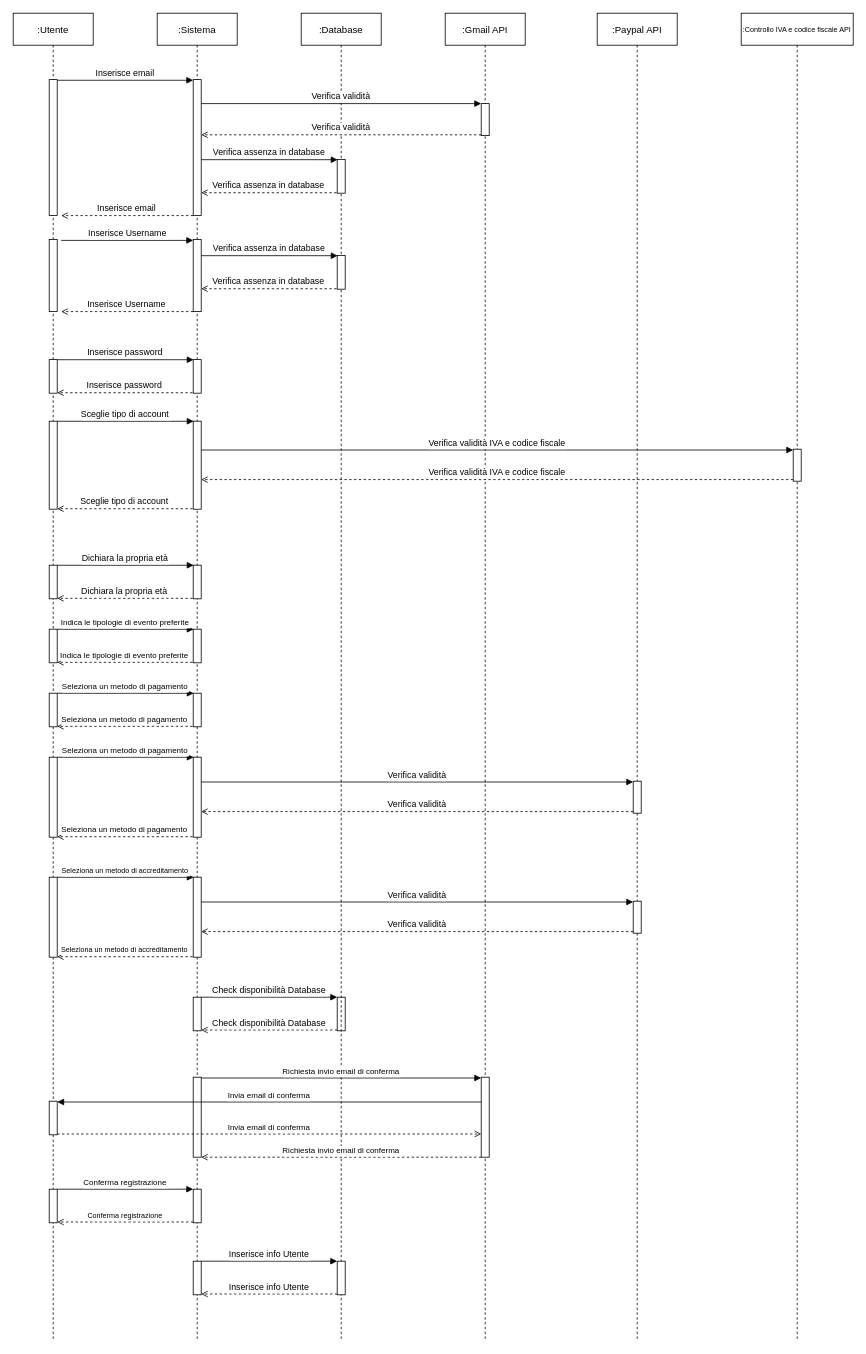
The draw.io diagram Sequence/RF02_Registrazione/Registrazione.drawio in 4spot-team/documentation, before the edit. Source tidied: cells renumbered, new cells numbered last; positions are measured from the earlier drawing's top-left corner, leaving out a move shared by most shapes. Both pictures are drawn from the tidied source at 80%, with x=0, y=0 at pixel (13, 13).
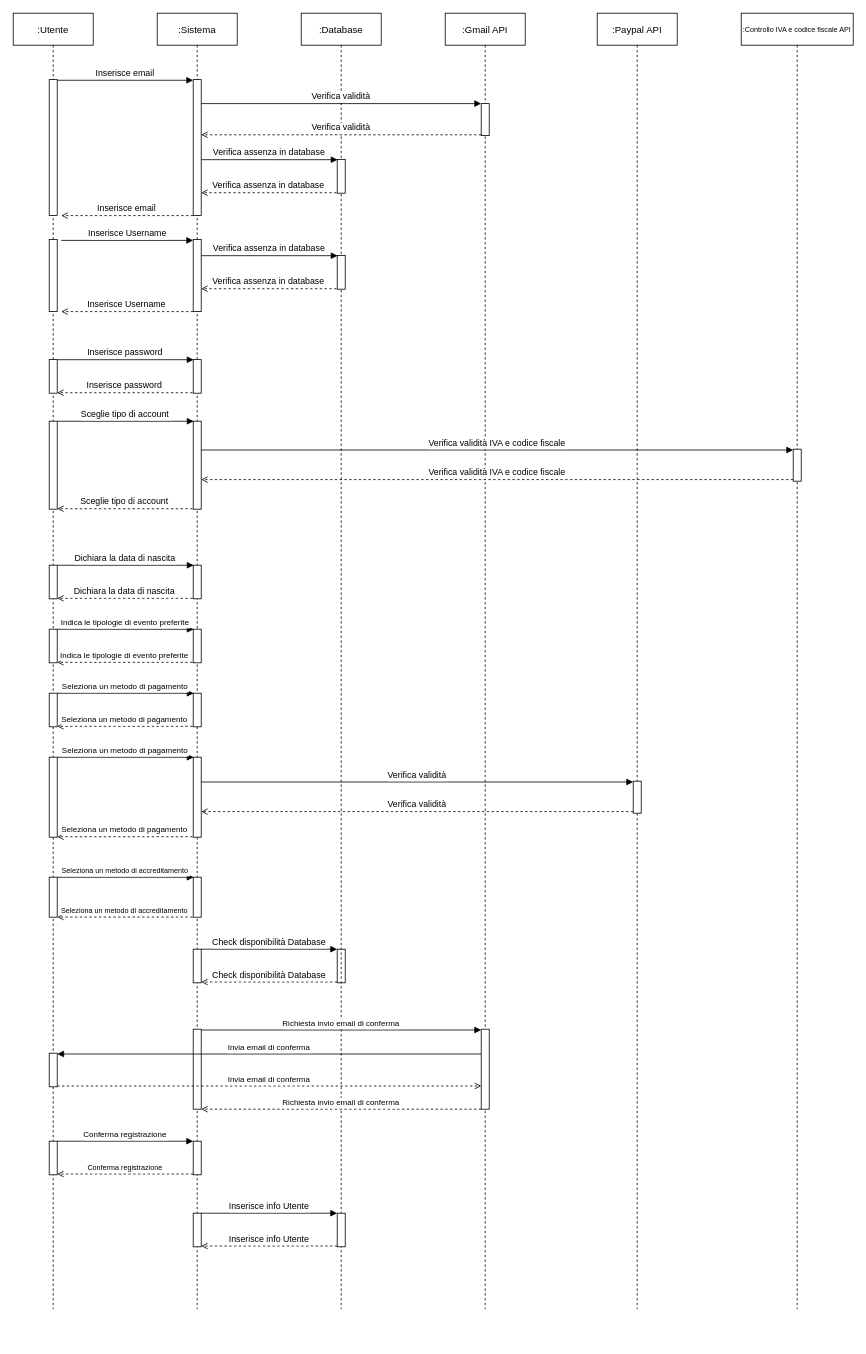
The same page after the edit.

Commit message (it also covers changes not shown here):
Adjust Registrazione.

Unchanged cells that the change refers to:
```xml
<mxCell id="9" style="points=[];perimeter=orthogonalPerimeter;rounded=0;shadow=0;strokeWidth=1;" parent="2" vertex="1">
  <mxGeometry x="45" y="690" width="10" height="42" as="geometry" />
</mxCell>
```

What changed in the source:
```diff
@@
     <mxCell id="2" value=":Utente" style="shape=umlLifeline;perimeter=lifelinePerimeter;rounded=0;shadow=0;strokeWidth=1;" parent="1" vertex="1">
-      <mxGeometry width="100" height="1660" as="geometry" />
+      <mxGeometry width="100" height="1620" as="geometry" />
     </mxCell>
@@
-    <mxCell id="10" value="Dichiara la propria età" style="verticalAlign=bottom;endArrow=block;shadow=0;strokeWidth=1;entryX=0.058;entryY=0.003;entryDx=0;entryDy=0;entryPerimeter=0;" parent="2" edge="1" source="9">
+    <mxCell id="10" value="Dichiara la data di nascita" style="verticalAlign=bottom;endArrow=block;shadow=0;strokeWidth=1;entryX=0.058;entryY=0.003;entryDx=0;entryDy=0;entryPerimeter=0;" parent="2" edge="1" source="9">
       <mxGeometry relative="1" as="geometry">
         <mxPoint x="225.6" y="690.1" as="targetPoint" />
       </mxGeometry>
     </mxCell>
-    <mxCell id="11" value="Dichiara la propria età" style="verticalAlign=bottom;endArrow=open;shadow=0;strokeWidth=1;exitX=-0.081;exitY=0.986;exitDx=0;exitDy=0;exitPerimeter=0;endFill=0;dashed=1;" parent="2" edge="1" target="9">
+    <mxCell id="11" value="Dichiara la data di nascita" style="verticalAlign=bottom;endArrow=open;shadow=0;strokeWidth=1;exitX=-0.081;exitY=0.986;exitDx=0;exitDy=0;exitPerimeter=0;endFill=0;dashed=1;" parent="2" edge="1" target="9">
       <mxGeometry relative="1" as="geometry">
         <mxPoint x="224.2" y="731.4" as="sourcePoint" />
       </mxGeometry>
     </mxCell>
@@
     <mxCell id="21" style="points=[];perimeter=orthogonalPerimeter;rounded=0;shadow=0;strokeWidth=1;" parent="2" vertex="1">
-      <mxGeometry x="45" y="1080" width="10" height="100" as="geometry" />
+      <mxGeometry x="45" y="1080" width="10" height="50" as="geometry" />
     </mxCell>
@@
-    <mxCell id="23" value="Seleziona un metodo di accreditamento" style="verticalAlign=bottom;endArrow=open;shadow=0;strokeWidth=1;exitX=-0.081;exitY=0.986;exitDx=0;exitDy=0;exitPerimeter=0;endFill=0;dashed=1;fontSize=9;" parent="2" edge="1">
-      <mxGeometry relative="1" as="geometry">
-        <mxPoint x="224.2" y="1179.4" as="sourcePoint" />
-        <mxPoint x="55" y="1179.4" as="targetPoint" />
-      </mxGeometry>
-    </mxCell>
     <mxCell id="24" style="perimeter=orthogonalPerimeter;rounded=0;shadow=0;strokeWidth=1;" parent="2" vertex="1">
-      <mxGeometry x="45" y="1360" width="10" height="42" as="geometry" />
+      <mxGeometry x="45" y="1300" width="10" height="42" as="geometry" />
     </mxCell>
     <mxCell id="25" style="perimeter=orthogonalPerimeter;rounded=0;shadow=0;strokeWidth=1;" parent="2" vertex="1">
-      <mxGeometry x="45" y="1470" width="10" height="42" as="geometry" />
+      <mxGeometry x="45" y="1410" width="10" height="42" as="geometry" />
     </mxCell>
     <mxCell id="26" value=":Sistema" style="shape=umlLifeline;perimeter=lifelinePerimeter;rounded=0;shadow=0;strokeWidth=1;" parent="1" vertex="1">
-      <mxGeometry x="180" width="100" height="1660" as="geometry" />
+      <mxGeometry x="180" width="100" height="1620" as="geometry" />
     </mxCell>
@@
     <mxCell id="35" style="perimeter=orthogonalPerimeter;rounded=0;shadow=0;strokeWidth=1;" parent="26" vertex="1">
-      <mxGeometry x="45" y="1080" width="10" height="100" as="geometry" />
+      <mxGeometry x="45" y="1080" width="10" height="50" as="geometry" />
     </mxCell>
     <mxCell id="36" style="perimeter=orthogonalPerimeter;rounded=0;shadow=0;strokeWidth=1;" parent="26" vertex="1">
-      <mxGeometry x="45" y="1330" width="10" height="100" as="geometry" />
+      <mxGeometry x="45" y="1270" width="10" height="100" as="geometry" />
     </mxCell>
     <mxCell id="37" style="perimeter=orthogonalPerimeter;rounded=0;shadow=0;strokeWidth=1;" parent="26" vertex="1">
-      <mxGeometry x="45" y="1470" width="10" height="42" as="geometry" />
+      <mxGeometry x="45" y="1410" width="10" height="42" as="geometry" />
     </mxCell>
     <mxCell id="38" style="perimeter=orthogonalPerimeter;rounded=0;shadow=0;strokeWidth=1;" parent="26" vertex="1">
-      <mxGeometry x="45" y="1560" width="10" height="42" as="geometry" />
+      <mxGeometry x="45" y="1500" width="10" height="42" as="geometry" />
     </mxCell>
     <mxCell id="39" value="Inserisce info Utente" style="verticalAlign=bottom;endArrow=block;shadow=0;strokeWidth=1;fontSize=11;" parent="26" edge="1">
       <mxGeometry relative="1" as="geometry">
-        <mxPoint x="55" y="1560" as="sourcePoint" />
-        <mxPoint x="225" y="1560" as="targetPoint" />
+        <mxPoint x="55" y="1500" as="sourcePoint" />
+        <mxPoint x="225" y="1500" as="targetPoint" />
       </mxGeometry>
     </mxCell>
     <mxCell id="40" value="Inserisce info Utente" style="verticalAlign=bottom;endArrow=open;shadow=0;strokeWidth=1;endFill=0;dashed=1;fontSize=11;" parent="26" edge="1">
       <mxGeometry relative="1" as="geometry">
-        <mxPoint x="225" y="1601" as="sourcePoint" />
-        <mxPoint x="55" y="1601" as="targetPoint" />
+        <mxPoint x="225" y="1541" as="sourcePoint" />
+        <mxPoint x="55" y="1541" as="targetPoint" />
       </mxGeometry>
     </mxCell>
     <mxCell id="41" style="perimeter=orthogonalPerimeter;rounded=0;shadow=0;strokeWidth=1;" parent="26" vertex="1">
-      <mxGeometry x="45" y="1230" width="10" height="42" as="geometry" />
+      <mxGeometry x="45" y="1170" width="10" height="42" as="geometry" />
     </mxCell>
     <mxCell id="42" value="Check disponibilità Database" style="verticalAlign=bottom;endArrow=block;shadow=0;strokeWidth=1;fontSize=11;" parent="26" edge="1">
       <mxGeometry relative="1" as="geometry">
-        <mxPoint x="55" y="1230" as="sourcePoint" />
-        <mxPoint x="225" y="1230" as="targetPoint" />
+        <mxPoint x="55" y="1170" as="sourcePoint" />
+        <mxPoint x="225" y="1170" as="targetPoint" />
       </mxGeometry>
     </mxCell>
     <mxCell id="43" value="Check disponibilità Database" style="verticalAlign=bottom;endArrow=open;shadow=0;strokeWidth=1;endFill=0;dashed=1;fontSize=11;" parent="26" edge="1">
       <mxGeometry relative="1" as="geometry">
-        <mxPoint x="225" y="1271" as="sourcePoint" />
-        <mxPoint x="55" y="1271" as="targetPoint" />
+        <mxPoint x="225" y="1211" as="sourcePoint" />
+        <mxPoint x="55" y="1211" as="targetPoint" />
       </mxGeometry>
     </mxCell>
     <mxCell id="44" style="perimeter=orthogonalPerimeter;rounded=0;shadow=0;strokeWidth=1;" parent="26" vertex="1">
-      <mxGeometry x="225" y="1230" width="10" height="42" as="geometry" />
+      <mxGeometry x="225" y="1170" width="10" height="42" as="geometry" />
     </mxCell>
     <mxCell id="45" value=":Database" style="shape=umlLifeline;perimeter=lifelinePerimeter;rounded=0;shadow=0;strokeWidth=1;" parent="1" vertex="1">
-      <mxGeometry x="360" width="100" height="1660" as="geometry" />
+      <mxGeometry x="360" width="100" height="1620" as="geometry" />
     </mxCell>
@@
     <mxCell id="50" style="perimeter=orthogonalPerimeter;rounded=0;shadow=0;strokeWidth=1;" parent="45" vertex="1">
-      <mxGeometry x="45" y="1560" width="10" height="42" as="geometry" />
+      <mxGeometry x="45" y="1500" width="10" height="42" as="geometry" />
     </mxCell>
     <mxCell id="51" value=":Gmail API" style="shape=umlLifeline;perimeter=lifelinePerimeter;rounded=0;shadow=0;strokeWidth=1;" parent="1" vertex="1">
-      <mxGeometry x="540" width="100" height="1660" as="geometry" />
+      <mxGeometry x="540" width="100" height="1620" as="geometry" />
     </mxCell>
@@
     <mxCell id="54" style="points=[];perimeter=orthogonalPerimeter;rounded=0;shadow=0;strokeWidth=1;" parent="51" vertex="1">
-      <mxGeometry x="45" y="1330" width="10" height="100" as="geometry" />
+      <mxGeometry x="45" y="1270" width="10" height="100" as="geometry" />
     </mxCell>
@@
     <mxCell id="65" value=":Paypal API" style="shape=umlLifeline;perimeter=lifelinePerimeter;rounded=0;shadow=0;strokeWidth=1;" parent="1" vertex="1">
-      <mxGeometry x="730" width="100" height="1660" as="geometry" />
+      <mxGeometry x="730" width="100" height="1620" as="geometry" />
     </mxCell>
-    <mxCell id="66" style="perimeter=orthogonalPerimeter;rounded=0;shadow=0;strokeWidth=1;" parent="65" vertex="1">
-      <mxGeometry x="45" y="1110" width="10" height="40" as="geometry" />
-    </mxCell>
@@
-    <mxCell id="70" value="Verifica validità" style="verticalAlign=bottom;endArrow=block;shadow=0;strokeWidth=1;" parent="1" edge="1">
-      <mxGeometry relative="1" as="geometry">
-        <mxPoint x="235" y="1111" as="sourcePoint" />
-        <mxPoint x="775" y="1111" as="targetPoint" />
-      </mxGeometry>
-    </mxCell>
-    <mxCell id="71" value="Verifica validità" style="verticalAlign=bottom;endArrow=open;shadow=0;strokeWidth=1;dashed=1;endFill=0;" parent="1" edge="1">
-      <mxGeometry relative="1" as="geometry">
-        <mxPoint x="775" y="1148" as="sourcePoint" />
-        <mxPoint x="235" y="1148" as="targetPoint" />
-      </mxGeometry>
-    </mxCell>
     <mxCell id="72" value=":Controllo IVA e codice fiscale API" style="shape=umlLifeline;perimeter=lifelinePerimeter;rounded=0;shadow=0;strokeWidth=1;fontSize=9;verticalAlign=middle;" parent="1" vertex="1">
-      <mxGeometry x="910" width="140" height="1660" as="geometry" />
+      <mxGeometry x="910" width="140" height="1620" as="geometry" />
     </mxCell>
@@
     <mxCell id="75" value="Invia email di conferma" style="verticalAlign=bottom;endArrow=block;shadow=0;strokeWidth=1;fontSize=10;" parent="1" edge="1" source="54">
       <mxGeometry relative="1" as="geometry">
-        <mxPoint x="55" y="1361" as="targetPoint" />
+        <mxPoint x="55" y="1301" as="targetPoint" />
       </mxGeometry>
     </mxCell>
     <mxCell id="76" value="Invia email di conferma" style="verticalAlign=bottom;endArrow=open;shadow=0;strokeWidth=1;endFill=0;dashed=1;fontSize=10;" parent="1" edge="1" target="54">
       <mxGeometry relative="1" as="geometry">
-        <mxPoint x="55" y="1401" as="sourcePoint" />
+        <mxPoint x="55" y="1341" as="sourcePoint" />
       </mxGeometry>
     </mxCell>
     <mxCell id="77" value="Richiesta invio email di conferma" style="verticalAlign=bottom;endArrow=block;shadow=0;strokeWidth=1;fontSize=10;" parent="1" edge="1">
       <mxGeometry relative="1" as="geometry">
-        <mxPoint x="235" y="1331" as="sourcePoint" />
-        <mxPoint x="585" y="1331" as="targetPoint" />
+        <mxPoint x="235" y="1271" as="sourcePoint" />
+        <mxPoint x="585" y="1271" as="targetPoint" />
       </mxGeometry>
     </mxCell>
     <mxCell id="78" value="Richiesta invio email di conferma" style="verticalAlign=bottom;endArrow=open;shadow=0;strokeWidth=1;endFill=0;dashed=1;fontSize=10;" parent="1" edge="1">
       <mxGeometry relative="1" as="geometry">
-        <mxPoint x="585" y="1430" as="sourcePoint" />
-        <mxPoint x="235" y="1430" as="targetPoint" />
+        <mxPoint x="585" y="1370" as="sourcePoint" />
+        <mxPoint x="235" y="1370" as="targetPoint" />
       </mxGeometry>
     </mxCell>
     <mxCell id="79" value="Conferma registrazione" style="verticalAlign=bottom;endArrow=block;shadow=0;strokeWidth=1;fontSize=10;" parent="1" edge="1">
       <mxGeometry relative="1" as="geometry">
-        <mxPoint x="55" y="1470" as="sourcePoint" />
-        <mxPoint x="225" y="1470" as="targetPoint" />
+        <mxPoint x="55" y="1410" as="sourcePoint" />
+        <mxPoint x="225" y="1410" as="targetPoint" />
       </mxGeometry>
     </mxCell>
     <mxCell id="80" value="Conferma registrazione" style="verticalAlign=bottom;endArrow=open;shadow=0;strokeWidth=1;endFill=0;dashed=1;fontSize=9;" parent="1" edge="1">
       <mxGeometry relative="1" as="geometry">
-        <mxPoint x="225" y="1511" as="sourcePoint" />
-        <mxPoint x="55" y="1511" as="targetPoint" />
+        <mxPoint x="225" y="1451" as="sourcePoint" />
+        <mxPoint x="55" y="1451" as="targetPoint" />
       </mxGeometry>
     </mxCell>
+    <mxCell id="23" value="Seleziona un metodo di accreditamento" style="verticalAlign=bottom;endArrow=open;shadow=0;strokeWidth=1;exitX=-0.081;exitY=0.986;exitDx=0;exitDy=0;exitPerimeter=0;endFill=0;dashed=1;fontSize=9;" parent="1" edge="1">
+      <mxGeometry relative="1" as="geometry">
+        <mxPoint x="224.2" y="1129.8" as="sourcePoint" />
+        <mxPoint x="55" y="1129.8" as="targetPoint" />
+      </mxGeometry>
+    </mxCell>
```
